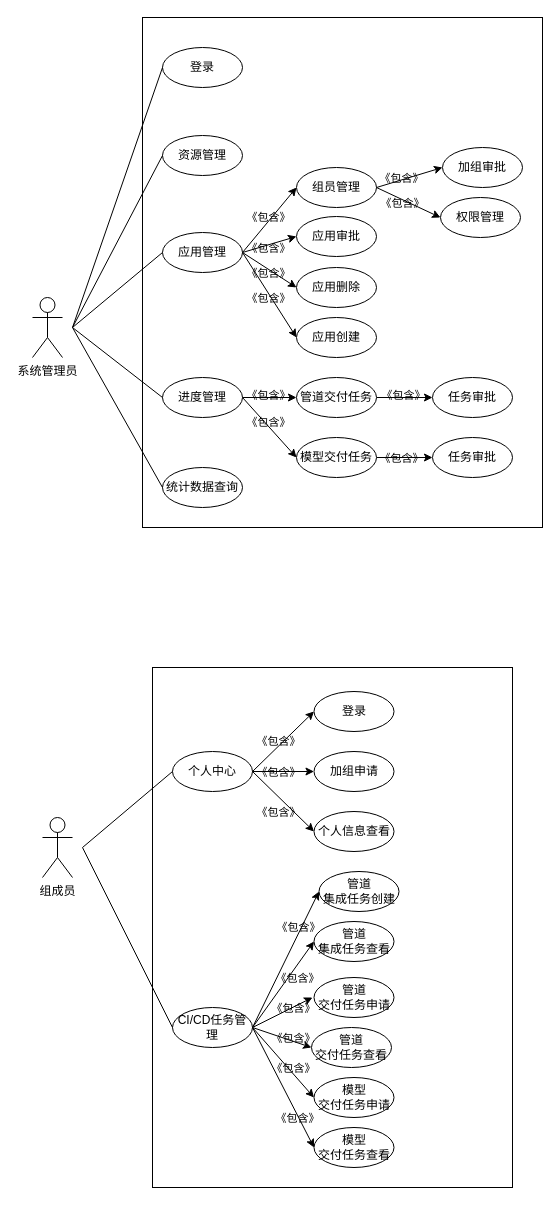
Above: 用例图2.drawio in Sequin-hdd/COINFO (draw.io), before the change. Source tidied: cells renumbered, new cells numbered last; positions are measured from the earlier drawing's top-left corner, leaving out a move shared by most shapes. Both pictures are drawn from the tidied source at 100%, with x=0, y=0 at pixel (32, 17).
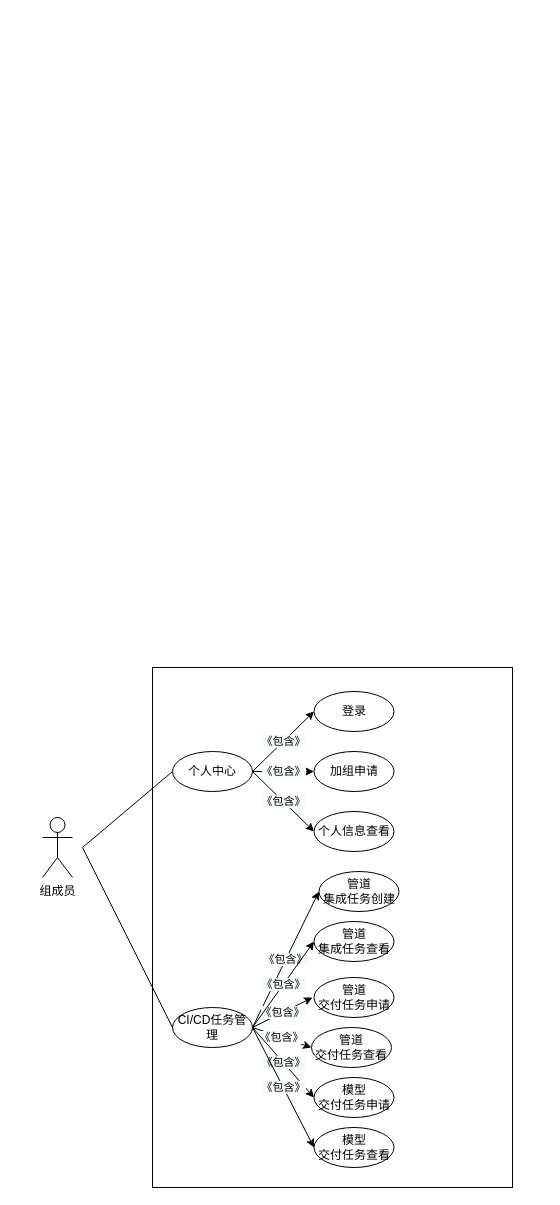
The same diagram, later.

Commit message:
更新用例图2.drawio

The change refers to these unchanged cells:
```xml
<mxCell id="5" value="个人中心" style="ellipse;whiteSpace=wrap;html=1;" parent="1" vertex="1">
  <mxGeometry x="140" y="734" width="80" height="40" as="geometry" />
</mxCell>
<mxCell id="6" value="&lt;span&gt;加组申请&lt;/span&gt;" style="ellipse;whiteSpace=wrap;html=1;" parent="1" vertex="1">
  <mxGeometry x="281.5" y="734" width="80" height="40" as="geometry" />
</mxCell>
<mxCell id="7" value="个人信息查看" style="ellipse;whiteSpace=wrap;html=1;" parent="1" vertex="1">
  <mxGeometry x="281.5" y="794" width="80" height="40" as="geometry" />
</mxCell>
<mxCell id="8" value="登录" style="ellipse;whiteSpace=wrap;html=1;" parent="1" vertex="1">
  <mxGeometry x="281.5" y="674" width="80" height="40" as="geometry" />
</mxCell>
<mxCell id="11" value="CI/CD任务管理" style="ellipse;whiteSpace=wrap;html=1;" parent="1" vertex="1">
  <mxGeometry x="140" y="990" width="80" height="40" as="geometry" />
</mxCell>
<mxCell id="12" value="模型&lt;br&gt;交付任务申请" style="ellipse;whiteSpace=wrap;html=1;" parent="1" vertex="1">
  <mxGeometry x="281.5" y="1060" width="80" height="40" as="geometry" />
</mxCell>
<mxCell id="13" value="模型&lt;br&gt;交付任务查看" style="ellipse;whiteSpace=wrap;html=1;" parent="1" vertex="1">
  <mxGeometry x="281.5" y="1110" width="80" height="40" as="geometry" />
</mxCell>
<mxCell id="25" value="管道&lt;br&gt;集成任务创建" style="ellipse;whiteSpace=wrap;html=1;" parent="1" vertex="1">
  <mxGeometry x="286.5" y="854" width="80" height="40" as="geometry" />
</mxCell>
<mxCell id="71" value="管道&lt;br&gt;集成任务查看" style="ellipse;whiteSpace=wrap;html=1;" parent="1" vertex="1">
  <mxGeometry x="281.5" y="904" width="80" height="40" as="geometry" />
</mxCell>
<mxCell id="73" value="管道&lt;br&gt;交付任务查看" style="ellipse;whiteSpace=wrap;html=1;" parent="1" vertex="1">
  <mxGeometry x="279" y="1010" width="80" height="40" as="geometry" />
</mxCell>
```

Change to the diagram source:
```diff
@@
-    <mxCell id="4" style="rounded=0;jettySize=auto;html=1;exitX=1;exitY=0.5;exitDx=0;exitDy=0;entryX=0;entryY=0.5;entryDx=0;entryDy=0;" parent="1" edge="1" source="5" target="8">
+    <mxCell id="4" value="&lt;span style=&quot;color: rgb(0 , 0 , 0) ; font-family: &amp;#34;helvetica&amp;#34; ; font-size: 11px ; font-style: normal ; font-weight: 400 ; letter-spacing: normal ; text-align: center ; text-indent: 0px ; text-transform: none ; word-spacing: 0px ; background-color: rgb(248 , 249 , 250) ; display: inline ; float: none&quot;&gt;《包含》&lt;/span&gt;" style="rounded=0;jettySize=auto;html=1;exitX=1;exitY=0.5;exitDx=0;exitDy=0;entryX=0;entryY=0.5;entryDx=0;entryDy=0;" parent="1" edge="1" source="5" target="8">
       <mxGeometry relative="1" as="geometry" />
     </mxCell>
@@
-    <mxCell id="9" style="rounded=0;jettySize=auto;html=1;exitX=1;exitY=0.5;exitDx=0;exitDy=0;entryX=0;entryY=0.5;entryDx=0;entryDy=0;" parent="1" edge="1" source="11" target="25">
+    <mxCell id="9" value="&lt;span style=&quot;color: rgb(0 , 0 , 0) ; font-family: &amp;#34;helvetica&amp;#34; ; font-size: 11px ; font-style: normal ; font-weight: 400 ; letter-spacing: normal ; text-align: center ; text-indent: 0px ; text-transform: none ; word-spacing: 0px ; background-color: rgb(248 , 249 , 250) ; display: inline ; float: none&quot;&gt;《包含》&lt;/span&gt;" style="rounded=0;jettySize=auto;html=1;exitX=1;exitY=0.5;exitDx=0;exitDy=0;entryX=0;entryY=0.5;entryDx=0;entryDy=0;" parent="1" edge="1" source="11" target="25">
       <mxGeometry relative="1" as="geometry" />
     </mxCell>
-    <mxCell id="10" style="edgeStyle=none;rounded=0;jettySize=auto;html=1;exitX=1;exitY=0.5;exitDx=0;exitDy=0;entryX=0;entryY=0.5;entryDx=0;entryDy=0;" parent="1" edge="1" source="11" target="73">
+    <mxCell id="10" value="&lt;span style=&quot;color: rgb(0 , 0 , 0) ; font-family: &amp;#34;helvetica&amp;#34; ; font-size: 11px ; font-style: normal ; font-weight: 400 ; letter-spacing: normal ; text-align: center ; text-indent: 0px ; text-transform: none ; word-spacing: 0px ; background-color: rgb(248 , 249 , 250) ; display: inline ; float: none&quot;&gt;《包含》&lt;/span&gt;" style="edgeStyle=none;rounded=0;jettySize=auto;html=1;exitX=1;exitY=0.5;exitDx=0;exitDy=0;entryX=0;entryY=0.5;entryDx=0;entryDy=0;" parent="1" edge="1" source="11" target="73">
       <mxGeometry relative="1" as="geometry" />
     </mxCell>
@@
-    <mxCell id="16" style="endArrow=classic;html=1;exitX=1;exitY=0.5;exitDx=0;exitDy=0;entryX=0;entryY=0.5;entryDx=0;entryDy=0;" parent="1" edge="1" source="5" target="6">
+    <mxCell id="16" value="&lt;span style=&quot;color: rgb(0 , 0 , 0) ; font-family: &amp;#34;helvetica&amp;#34; ; font-size: 11px ; font-style: normal ; font-weight: 400 ; letter-spacing: normal ; text-align: center ; text-indent: 0px ; text-transform: none ; word-spacing: 0px ; background-color: rgb(248 , 249 , 250) ; display: inline ; float: none&quot;&gt;《包含》&lt;/span&gt;" style="endArrow=classic;html=1;exitX=1;exitY=0.5;exitDx=0;exitDy=0;entryX=0;entryY=0.5;entryDx=0;entryDy=0;" parent="1" edge="1" source="5" target="6">
       <mxGeometry relative="1" as="geometry" />
     </mxCell>
-    <mxCell id="17" style="endArrow=classic;html=1;entryX=0;entryY=0.5;entryDx=0;entryDy=0;exitX=1;exitY=0.5;exitDx=0;exitDy=0;" parent="1" edge="1" source="5" target="7">
+    <mxCell id="17" value="&lt;span style=&quot;color: rgb(0 , 0 , 0) ; font-family: &amp;#34;helvetica&amp;#34; ; font-size: 11px ; font-style: normal ; font-weight: 400 ; letter-spacing: normal ; text-align: center ; text-indent: 0px ; text-transform: none ; word-spacing: 0px ; background-color: rgb(248 , 249 , 250) ; display: inline ; float: none&quot;&gt;《包含》&lt;/span&gt;" style="endArrow=classic;html=1;entryX=0;entryY=0.5;entryDx=0;entryDy=0;exitX=1;exitY=0.5;exitDx=0;exitDy=0;" parent="1" edge="1" source="5" target="7">
       <mxGeometry relative="1" as="geometry" />
     </mxCell>
-    <mxCell id="18" style="endArrow=classic;html=1;entryX=0;entryY=0.5;entryDx=0;entryDy=0;exitX=1;exitY=0.5;exitDx=0;exitDy=0;" parent="1" edge="1" source="11" target="12">
+    <mxCell id="18" value="&lt;span style=&quot;color: rgb(0 , 0 , 0) ; font-family: &amp;#34;helvetica&amp;#34; ; font-size: 11px ; font-style: normal ; font-weight: 400 ; letter-spacing: normal ; text-align: center ; text-indent: 0px ; text-transform: none ; word-spacing: 0px ; background-color: rgb(248 , 249 , 250) ; display: inline ; float: none&quot;&gt;《包含》&lt;/span&gt;" style="endArrow=classic;html=1;entryX=0;entryY=0.5;entryDx=0;entryDy=0;exitX=1;exitY=0.5;exitDx=0;exitDy=0;" parent="1" edge="1" source="11" target="12">
       <mxGeometry relative="1" as="geometry" />
     </mxCell>
-    <mxCell id="19" style="endArrow=classic;html=1;entryX=0;entryY=0.5;entryDx=0;entryDy=0;exitX=1;exitY=0.5;exitDx=0;exitDy=0;" parent="1" edge="1" source="11" target="13">
+    <mxCell id="19" value="&lt;span style=&quot;color: rgb(0 , 0 , 0) ; font-family: &amp;#34;helvetica&amp;#34; ; font-size: 11px ; font-style: normal ; font-weight: 400 ; letter-spacing: normal ; text-align: center ; text-indent: 0px ; text-transform: none ; word-spacing: 0px ; background-color: rgb(248 , 249 , 250) ; display: inline ; float: none&quot;&gt;《包含》&lt;/span&gt;" style="endArrow=classic;html=1;entryX=0;entryY=0.5;entryDx=0;entryDy=0;exitX=1;exitY=0.5;exitDx=0;exitDy=0;" parent="1" edge="1" source="11" target="13">
       <mxGeometry relative="1" as="geometry" />
     </mxCell>
-    <mxCell id="20" value="《包含》" style="edgeLabel;html=1;align=center;verticalAlign=middle;labelBackgroundColor=none;" parent="1" vertex="1">
-      <mxGeometry x="245.3" y="754" as="geometry" />
-    </mxCell>
-    <mxCell id="21" value="《包含》" style="edgeLabel;html=1;align=center;verticalAlign=middle;labelBackgroundColor=none;" parent="1" vertex="1">
-      <mxGeometry x="245.3" y="794" as="geometry" />
-    </mxCell>
-    <mxCell id="22" value="《包含》" style="edgeLabel;html=1;align=center;verticalAlign=middle;labelBackgroundColor=none;" parent="1" vertex="1">
-      <mxGeometry x="245.3" y="723" as="geometry" />
-    </mxCell>
-    <mxCell id="23" value="《包含》" style="edgeLabel;html=1;align=center;verticalAlign=middle;labelBackgroundColor=none;" parent="1" vertex="1">
-      <mxGeometry x="260" y="990" as="geometry" />
-    </mxCell>
-    <mxCell id="24" value="《包含》" style="edgeLabel;html=1;align=center;verticalAlign=middle;labelBackgroundColor=none;" parent="1" vertex="1">
-      <mxGeometry x="260" y="1020" as="geometry" />
-    </mxCell>
@@
-    <mxCell id="26" value="《包含》" style="edgeLabel;html=1;align=center;verticalAlign=middle;labelBackgroundColor=none;" parent="1" vertex="1">
-      <mxGeometry x="265" y="909" as="geometry" />
-    </mxCell>
-    <mxCell id="27" value="《包含》" style="edgeLabel;html=1;align=center;verticalAlign=middle;labelBackgroundColor=none;" parent="1" vertex="1">
-      <mxGeometry x="260" y="1050" as="geometry" />
-    </mxCell>
-    <mxCell id="28" value="《包含》" style="edgeLabel;html=1;align=center;verticalAlign=middle;labelBackgroundColor=none;" parent="1" vertex="1">
-      <mxGeometry x="264" y="1100" as="geometry" />
-    </mxCell>
-    <mxCell id="29" value="系统管理员" style="shape=umlActor;verticalLabelPosition=bottom;verticalAlign=top;html=1;labelBackgroundColor=none;" parent="1" vertex="1">
-      <mxGeometry y="280" width="30" height="60" as="geometry" />
-    </mxCell>
-    <mxCell id="30" style="whiteSpace=wrap;html=1;labelBackgroundColor=none;" parent="1" vertex="1">
-      <mxGeometry x="110" width="400" height="510" as="geometry" />
-    </mxCell>
-    <mxCell id="31" style="edgeStyle=none;rounded=0;jettySize=auto;html=1;exitX=1;exitY=0.5;exitDx=0;exitDy=0;entryX=0;entryY=0.5;entryDx=0;entryDy=0;" parent="1" edge="1" source="33" target="63">
-      <mxGeometry relative="1" as="geometry" />
-    </mxCell>
-    <mxCell id="32" style="edgeStyle=none;rounded=0;jettySize=auto;html=1;exitX=1;exitY=0.5;exitDx=0;exitDy=0;entryX=0;entryY=0.5;entryDx=0;entryDy=0;" parent="1" edge="1" source="33" target="64">
-      <mxGeometry relative="1" as="geometry" />
-    </mxCell>
-    <mxCell id="33" value="应用管理" style="ellipse;whiteSpace=wrap;html=1;" parent="1" vertex="1">
-      <mxGeometry x="130" y="215" width="80" height="40" as="geometry" />
-    </mxCell>
-    <mxCell id="34" style="edgeStyle=none;rounded=0;jettySize=auto;html=1;exitX=1;exitY=0.5;exitDx=0;exitDy=0;entryX=0;entryY=0.5;entryDx=0;entryDy=0;" parent="1" edge="1" source="35" target="65">
-      <mxGeometry relative="1" as="geometry" />
-    </mxCell>
-    <mxCell id="35" value="组员管理" style="ellipse;whiteSpace=wrap;html=1;" parent="1" vertex="1">
-      <mxGeometry x="264" y="150" width="80" height="40" as="geometry" />
-    </mxCell>
-    <mxCell id="36" value="统计数据查询" style="ellipse;whiteSpace=wrap;html=1;" parent="1" vertex="1">
-      <mxGeometry x="130" y="450" width="80" height="40" as="geometry" />
-    </mxCell>
-    <mxCell id="37" value="加组审批" style="ellipse;whiteSpace=wrap;html=1;" parent="1" vertex="1">
-      <mxGeometry x="410" y="130" width="80" height="40" as="geometry" />
-    </mxCell>
-    <mxCell id="38" value="应用创建" style="ellipse;whiteSpace=wrap;html=1;" parent="1" vertex="1">
-      <mxGeometry x="264" y="300" width="80" height="40" as="geometry" />
-    </mxCell>
-    <mxCell id="39" value="登录" style="ellipse;whiteSpace=wrap;html=1;" parent="1" vertex="1">
-      <mxGeometry x="130" y="30" width="80" height="40" as="geometry" />
-    </mxCell>
-    <mxCell id="40" value="进度管理" style="ellipse;whiteSpace=wrap;html=1;" parent="1" vertex="1">
-      <mxGeometry x="130" y="360" width="80" height="40" as="geometry" />
-    </mxCell>
-    <mxCell id="41" style="edgeStyle=none;rounded=0;jettySize=auto;html=1;exitX=1;exitY=0.5;exitDx=0;exitDy=0;entryX=0;entryY=0.5;entryDx=0;entryDy=0;" parent="1" edge="1" source="42" target="59">
-      <mxGeometry relative="1" as="geometry" />
-    </mxCell>
-    <mxCell id="42" value="管道交付任务" style="ellipse;whiteSpace=wrap;html=1;" parent="1" vertex="1">
-      <mxGeometry x="264" y="360" width="80" height="40" as="geometry" />
-    </mxCell>
-    <mxCell id="43" style="edgeStyle=none;rounded=0;jettySize=auto;html=1;exitX=1;exitY=0.5;exitDx=0;exitDy=0;entryX=0;entryY=0.5;entryDx=0;entryDy=0;" parent="1" edge="1" source="44" target="61">
-      <mxGeometry relative="1" as="geometry" />
-    </mxCell>
-    <mxCell id="44" value="模型交付任务" style="ellipse;whiteSpace=wrap;html=1;" parent="1" vertex="1">
-      <mxGeometry x="264" y="420" width="80" height="40" as="geometry" />
-    </mxCell>
-    <mxCell id="45" style="endArrow=none;html=1;entryX=0;entryY=0.5;entryDx=0;entryDy=0;" parent="1" edge="1" target="39">
-      <mxGeometry relative="1" as="geometry">
-        <mxPoint x="40" y="310" as="sourcePoint" />
-      </mxGeometry>
-    </mxCell>
-    <mxCell id="46" style="endArrow=none;html=1;entryX=0;entryY=0.5;entryDx=0;entryDy=0;" parent="1" edge="1" target="33">
-      <mxGeometry relative="1" as="geometry">
-        <mxPoint x="40" y="310" as="sourcePoint" />
-      </mxGeometry>
-    </mxCell>
-    <mxCell id="47" style="endArrow=none;html=1;entryX=0;entryY=0.5;entryDx=0;entryDy=0;" parent="1" edge="1" target="40">
-      <mxGeometry relative="1" as="geometry">
-        <mxPoint x="40" y="310" as="sourcePoint" />
-      </mxGeometry>
-    </mxCell>
-    <mxCell id="48" style="endArrow=none;html=1;exitX=0;exitY=0.5;exitDx=0;exitDy=0;" parent="1" edge="1" source="36">
-      <mxGeometry relative="1" as="geometry">
-        <mxPoint x="40" y="310" as="targetPoint" />
-      </mxGeometry>
-    </mxCell>
-    <mxCell id="49" style="endArrow=classic;html=1;exitX=1;exitY=0.5;exitDx=0;exitDy=0;entryX=0;entryY=0.5;entryDx=0;entryDy=0;" parent="1" edge="1" source="33" target="35">
-      <mxGeometry relative="1" as="geometry" />
-    </mxCell>
-    <mxCell id="50" style="endArrow=classic;html=1;entryX=0;entryY=0.5;entryDx=0;entryDy=0;exitX=1;exitY=0.5;exitDx=0;exitDy=0;" parent="1" edge="1" source="33" target="38">
-      <mxGeometry relative="1" as="geometry" />
-    </mxCell>
-    <mxCell id="51" style="endArrow=classic;html=1;entryX=0;entryY=0.5;entryDx=0;entryDy=0;" parent="1" edge="1" target="42">
-      <mxGeometry relative="1" as="geometry">
-        <mxPoint x="210.3" y="380" as="sourcePoint" />
-      </mxGeometry>
-    </mxCell>
-    <mxCell id="52" style="endArrow=classic;html=1;entryX=0;entryY=0.5;entryDx=0;entryDy=0;" parent="1" edge="1" target="44">
-      <mxGeometry relative="1" as="geometry">
-        <mxPoint x="210" y="380" as="sourcePoint" />
-      </mxGeometry>
-    </mxCell>
-    <mxCell id="53" style="endArrow=classic;html=1;entryX=0;entryY=0.5;entryDx=0;entryDy=0;exitX=1;exitY=0.5;exitDx=0;exitDy=0;" parent="1" edge="1" source="35" target="37">
-      <mxGeometry relative="1" as="geometry" />
-    </mxCell>
-    <mxCell id="54" value="《包含》" style="edgeLabel;html=1;align=center;verticalAlign=middle;labelBackgroundColor=none;" parent="1" vertex="1">
-      <mxGeometry x="235.3" y="199" as="geometry" />
-    </mxCell>
-    <mxCell id="55" value="《包含》" style="edgeLabel;html=1;align=center;verticalAlign=middle;labelBackgroundColor=none;" parent="1" vertex="1">
-      <mxGeometry x="235.3" y="280" as="geometry" />
-    </mxCell>
-    <mxCell id="56" value="《包含》" style="edgeLabel;html=1;align=center;verticalAlign=middle;labelBackgroundColor=none;" parent="1" vertex="1">
-      <mxGeometry x="368" y="160" as="geometry" />
-    </mxCell>
-    <mxCell id="57" value="《包含》" style="edgeLabel;html=1;align=center;verticalAlign=middle;labelBackgroundColor=none;" parent="1" vertex="1">
-      <mxGeometry x="235.3" y="377" as="geometry" />
-    </mxCell>
-    <mxCell id="58" value="《包含》" style="edgeLabel;html=1;align=center;verticalAlign=middle;labelBackgroundColor=none;" parent="1" vertex="1">
-      <mxGeometry x="235.3" y="404" as="geometry" />
-    </mxCell>
-    <mxCell id="59" value="任务审批" style="ellipse;whiteSpace=wrap;html=1;" parent="1" vertex="1">
-      <mxGeometry x="400" y="360" width="80" height="40" as="geometry" />
-    </mxCell>
-    <mxCell id="60" value="《包含》" style="edgeLabel;html=1;align=center;verticalAlign=middle;labelBackgroundColor=none;" parent="1" vertex="1">
-      <mxGeometry x="370" y="377" as="geometry" />
-    </mxCell>
-    <mxCell id="61" value="任务审批" style="ellipse;whiteSpace=wrap;html=1;" parent="1" vertex="1">
-      <mxGeometry x="400" y="420" width="80" height="40" as="geometry" />
-    </mxCell>
-    <mxCell id="62" value="《包含》" style="edgeLabel;html=1;align=center;verticalAlign=middle;labelBackgroundColor=none;" parent="1" vertex="1">
-      <mxGeometry x="368" y="440" as="geometry" />
-    </mxCell>
-    <mxCell id="63" value="应用审批" style="ellipse;whiteSpace=wrap;html=1;" parent="1" vertex="1">
-      <mxGeometry x="264" y="199" width="80" height="40" as="geometry" />
-    </mxCell>
-    <mxCell id="64" value="应用删除" style="ellipse;whiteSpace=wrap;html=1;" parent="1" vertex="1">
-      <mxGeometry x="264" y="250" width="80" height="40" as="geometry" />
-    </mxCell>
-    <mxCell id="65" value="权限管理" style="ellipse;whiteSpace=wrap;html=1;" parent="1" vertex="1">
-      <mxGeometry x="408" y="180" width="80" height="40" as="geometry" />
-    </mxCell>
-    <mxCell id="66" value="《包含》" style="edgeLabel;html=1;align=center;verticalAlign=middle;labelBackgroundColor=none;" parent="1" vertex="1">
-      <mxGeometry x="369" y="185" as="geometry" />
-    </mxCell>
-    <mxCell id="67" value="《包含》" style="edgeLabel;html=1;align=center;verticalAlign=middle;labelBackgroundColor=none;" parent="1" vertex="1">
-      <mxGeometry x="235.3" y="230" as="geometry" />
-    </mxCell>
-    <mxCell id="68" value="《包含》" style="edgeLabel;html=1;align=center;verticalAlign=middle;labelBackgroundColor=none;" parent="1" vertex="1">
-      <mxGeometry x="235.3" y="255" as="geometry" />
-    </mxCell>
-    <mxCell id="69" value="资源管理" style="ellipse;whiteSpace=wrap;html=1;" parent="1" vertex="1">
-      <mxGeometry x="130" y="118" width="80" height="40" as="geometry" />
-    </mxCell>
-    <mxCell id="70" style="endArrow=none;html=1;entryX=0;entryY=0.5;entryDx=0;entryDy=0;" parent="1" edge="1" target="69">
-      <mxGeometry relative="1" as="geometry">
-        <mxPoint x="40" y="310" as="sourcePoint" />
-      </mxGeometry>
-    </mxCell>
@@
-    <mxCell id="74" style="endArrow=classic;html=1;exitX=1;exitY=0.5;exitDx=0;exitDy=0;" parent="1" edge="1" source="11">
+    <mxCell id="74" value="&lt;span style=&quot;color: rgb(0 , 0 , 0) ; font-family: &amp;#34;helvetica&amp;#34; ; font-size: 11px ; font-style: normal ; font-weight: 400 ; letter-spacing: normal ; text-align: center ; text-indent: 0px ; text-transform: none ; word-spacing: 0px ; background-color: rgb(248 , 249 , 250) ; display: inline ; float: none&quot;&gt;《包含》&lt;/span&gt;" style="endArrow=classic;html=1;exitX=1;exitY=0.5;exitDx=0;exitDy=0;" parent="1" edge="1" source="11">
       <mxGeometry relative="1" as="geometry">
         <mxPoint x="280" y="980" as="targetPoint" />
       </mxGeometry>
     </mxCell>
-    <mxCell id="75" style="endArrow=classic;html=1;exitX=1;exitY=0.5;exitDx=0;exitDy=0;entryX=0;entryY=0.5;entryDx=0;entryDy=0;" parent="1" edge="1" source="11" target="71">
+    <mxCell id="75" value="&lt;span style=&quot;color: rgb(0 , 0 , 0) ; font-family: &amp;#34;helvetica&amp;#34; ; font-size: 11px ; font-style: normal ; font-weight: 400 ; letter-spacing: normal ; text-align: center ; text-indent: 0px ; text-transform: none ; word-spacing: 0px ; background-color: rgb(248 , 249 , 250) ; display: inline ; float: none&quot;&gt;《包含》&lt;/span&gt;" style="endArrow=classic;html=1;exitX=1;exitY=0.5;exitDx=0;exitDy=0;entryX=0;entryY=0.5;entryDx=0;entryDy=0;" parent="1" edge="1" source="11" target="71">
       <mxGeometry relative="1" as="geometry" />
     </mxCell>
-    <mxCell id="76" value="《包含》" style="edgeLabel;html=1;align=center;verticalAlign=middle;labelBackgroundColor=none;" parent="1" vertex="1">
-      <mxGeometry x="264" y="960" as="geometry" />
-    </mxCell>
```
